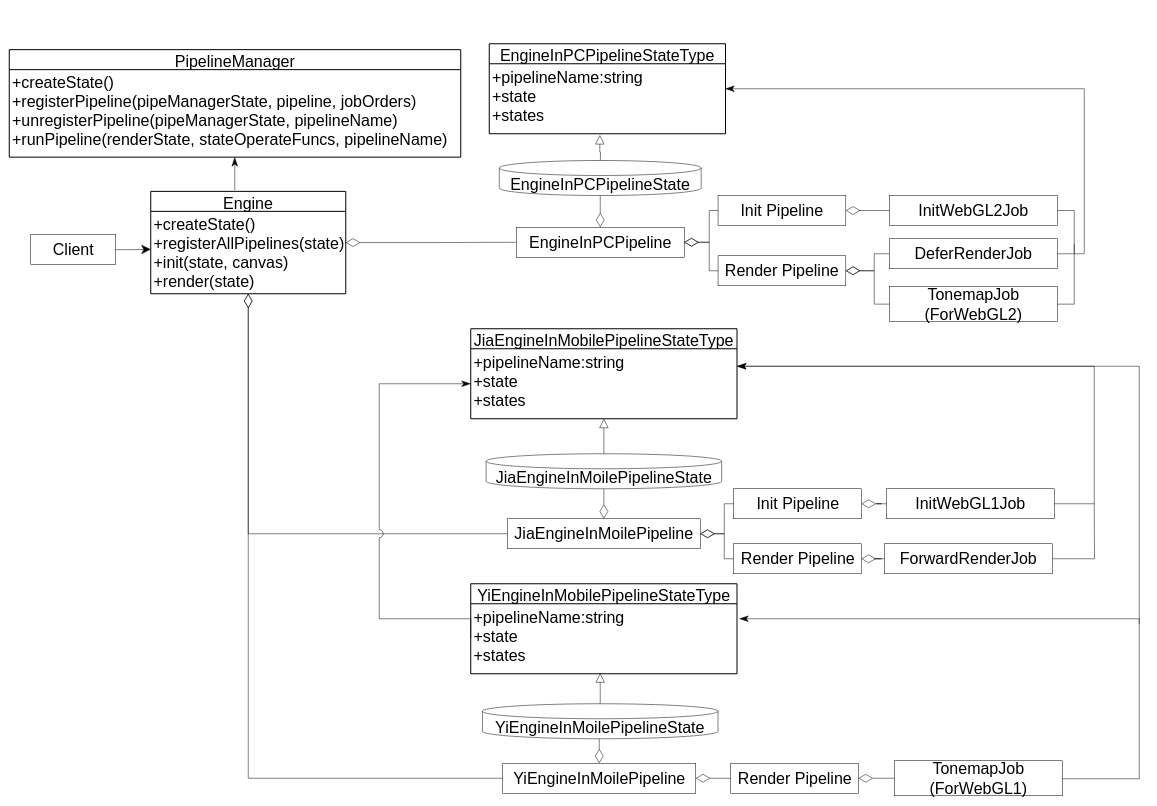
The draw.io diagram packages/管道模式/story_improve/UML.drawio in yyc-git/3DProgramPattern, before the edit. Source tidied: cells renumbered, new cells numbered last; positions are measured from the earlier drawing's top-left corner, leaving out a move shared by most shapes. Both pictures are drawn from the tidied source at 50%, with x=0, y=0 at pixel (9, 44).
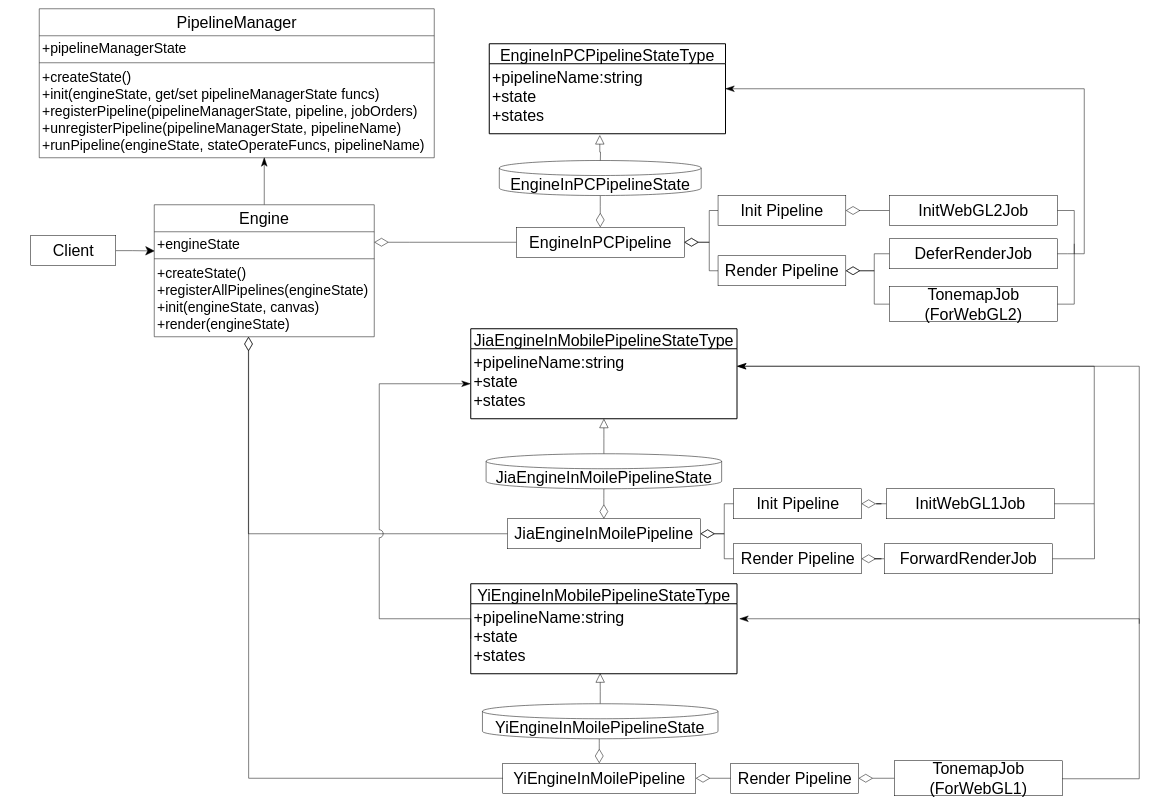
The same page after the edit.

Unchanged cells that the change refers to:
```xml
<mxCell id="14" value="EngineInPCPipeline" style="html=1;fontSize=32;" parent="1" vertex="1">
  <mxGeometry x="1014" y="367" width="336" height="60" as="geometry" />
</mxCell>
<mxCell id="28" value="JiaEngineInMoilePipeline" style="html=1;fontSize=32;" parent="1" vertex="1">
  <mxGeometry x="996.2" y="950" width="386" height="60" as="geometry" />
</mxCell>
<mxCell id="34" value="YiEngineInMoilePipeline" style="html=1;fontSize=32;" parent="1" vertex="1">
  <mxGeometry x="987" y="1439" width="386" height="60" as="geometry" />
</mxCell>
```

What changed in the source:
```diff
@@
-    <mxCell id="2" value="PipelineManager" style="swimlane;horizontal=1;startSize=40;rounded=0;fontSize=32;fontStyle=0;strokeWidth=2;shadow=0;dashed=0;align=center;" parent="1" vertex="1">
-      <mxGeometry y="11.8" width="903" height="215" as="geometry" />
-    </mxCell>
-    <mxCell id="3" value="+createState()&#10;+registerPipeline(pipeManagerState, pipeline, jobOrders)&#10;+unregisterPipeline(pipeManagerState, pipelineName)&#10;+runPipeline(renderState, stateOperateFuncs, pipelineName)" style="align=left;strokeColor=none;fillColor=none;spacingLeft=4;fontSize=32;verticalAlign=top;" parent="2" vertex="1">
-      <mxGeometry y="40" width="903" height="175" as="geometry" />
-    </mxCell>
-    <mxCell id="4" style="edgeStyle=orthogonalEdgeStyle;rounded=0;jettySize=auto;html=1;entryX=0;entryY=0.5;entryDx=0;entryDy=0;endArrow=none;endFill=0;startSize=26;endSize=26;startArrow=diamondThin;startFill=0;" parent="1" edge="1" source="5" target="14">
-      <mxGeometry relative="1" as="geometry" />
-    </mxCell>
-    <mxCell id="5" value="Engine" style="swimlane;horizontal=1;startSize=40;rounded=0;fontSize=32;fontStyle=0;strokeWidth=2;shadow=0;dashed=0;align=center;" parent="1" vertex="1">
-      <mxGeometry x="283" y="295.2" width="390" height="204.8" as="geometry" />
-    </mxCell>
-    <mxCell id="6" value="+createState()&#10;+registerAllPipelines(state)&#10;+init(state, canvas)&#10;+render(state)" style="align=left;strokeColor=none;fillColor=none;spacingLeft=4;fontSize=32;verticalAlign=top;" parent="5" vertex="1">
-      <mxGeometry y="40" width="390" height="164.8" as="geometry" />
-    </mxCell>
-    <mxCell id="7" style="edgeStyle=orthogonalEdgeStyle;rounded=0;jettySize=auto;html=1;fontSize=28;endArrow=classic;endFill=1;startSize=16;endSize=16;" parent="1" edge="1" source="8">
-      <mxGeometry relative="1" as="geometry">
-        <mxPoint x="283" y="411.2" as="targetPoint" />
-      </mxGeometry>
+    <mxCell id="7" style="edgeStyle=orthogonalEdgeStyle;rounded=0;jettySize=auto;html=1;fontSize=28;endArrow=classic;endFill=1;startSize=16;endSize=16;entryX=0.002;entryY=0.767;entryDx=0;entryDy=0;entryPerimeter=0;" parent="1" edge="1" source="8" target="63">
+      <mxGeometry relative="1" as="geometry" />
     </mxCell>
     <mxCell id="8" value="Client" style="html=1;fontSize=32;" parent="1" vertex="1">
-      <mxGeometry x="43" y="381.8" width="170" height="60" as="geometry" />
+      <mxGeometry x="43" y="383.8" width="170" height="60" as="geometry" />
     </mxCell>
@@
-    <mxCell id="37" style="edgeStyle=orthogonalEdgeStyle;rounded=0;jettySize=auto;html=1;entryX=0;entryY=0.5;entryDx=0;entryDy=0;endArrow=none;endFill=0;startSize=26;endSize=26;startArrow=diamondThin;startFill=0;jumpStyle=arc;jumpSize=26;" parent="1" edge="1" source="6" target="28">
+    <mxCell id="37" style="edgeStyle=orthogonalEdgeStyle;rounded=0;jettySize=auto;html=1;entryX=0;entryY=0.5;entryDx=0;entryDy=0;endArrow=none;endFill=0;startSize=26;endSize=26;startArrow=diamondThin;startFill=0;jumpStyle=arc;jumpSize=26;exitX=0.428;exitY=1;exitDx=0;exitDy=0;exitPerimeter=0;" parent="1" edge="1" source="65" target="28">
       <mxGeometry relative="1" as="geometry">
         <Array as="points">
           <mxPoint x="478" y="980" />
         </Array>
       </mxGeometry>
     </mxCell>
-    <mxCell id="38" style="edgeStyle=orthogonalEdgeStyle;rounded=0;jettySize=auto;html=1;entryX=0;entryY=0.5;entryDx=0;entryDy=0;endArrow=none;endFill=0;startSize=26;endSize=26;startArrow=diamondThin;startFill=0;jumpStyle=arc;jumpSize=26;exitX=0.5;exitY=1;exitDx=0;exitDy=0;" parent="1" edge="1" source="6" target="34">
+    <mxCell id="38" style="edgeStyle=orthogonalEdgeStyle;rounded=0;jettySize=auto;html=1;entryX=0;entryY=0.5;entryDx=0;entryDy=0;endArrow=none;endFill=0;startSize=26;endSize=26;startArrow=diamondThin;startFill=0;jumpStyle=none;jumpSize=26;exitX=0.429;exitY=1;exitDx=0;exitDy=0;exitPerimeter=0;" parent="1" edge="1" source="65" target="34">
       <mxGeometry relative="1" as="geometry">
         <Array as="points">
-          <mxPoint x="478" y="1469" />
+          <mxPoint x="479" y="1469" />
         </Array>
       </mxGeometry>
     </mxCell>
-    <mxCell id="39" style="edgeStyle=orthogonalEdgeStyle;rounded=0;jettySize=auto;html=1;endArrow=classicThin;endFill=1;startSize=16;endSize=16;" parent="1" edge="1" target="3">
+    <mxCell id="39" style="edgeStyle=orthogonalEdgeStyle;rounded=0;jettySize=auto;html=1;endArrow=classicThin;endFill=1;startSize=16;endSize=16;" parent="1" edge="1" source="5">
       <mxGeometry relative="1" as="geometry">
-        <mxPoint x="451" y="293" as="sourcePoint" />
+        <mxPoint x="510" y="227" as="targetPoint" />
+        <Array as="points">
+          <mxPoint x="510" y="227" />
+        </Array>
       </mxGeometry>
     </mxCell>
@@
+    <mxCell id="2" value="PipelineManager" style="swimlane;fontStyle=0;align=center;verticalAlign=top;horizontal=1;startSize=54;fontSize=32;" parent="1" vertex="1">
+      <mxGeometry x="60" y="-70" width="790" height="298" as="geometry" />
+    </mxCell>
+    <mxCell id="60" value="+pipelineManagerState" style="text;strokeColor=none;fillColor=none;align=left;verticalAlign=top;spacingLeft=4;spacingRight=4;overflow=hidden;fontSize=28;" parent="2" vertex="1">
+      <mxGeometry y="54" width="790" height="50" as="geometry" />
+    </mxCell>
+    <mxCell id="61" style="line;strokeWidth=1;fillColor=none;align=left;verticalAlign=middle;spacingTop=-1;spacingLeft=3;spacingRight=3;labelPosition=right;" parent="2" vertex="1">
+      <mxGeometry y="104" width="790" height="8" as="geometry" />
+    </mxCell>
+    <mxCell id="62" value="+createState()&#10;+init(engineState, get/set pipelineManagerState funcs)&#10;+registerPipeline(pipelineManagerState, pipeline, jobOrders)&#10;+unregisterPipeline(pipelineManagerState, pipelineName)&#10;+runPipeline(engineState, stateOperateFuncs, pipelineName)" style="text;strokeColor=none;fillColor=none;align=left;verticalAlign=top;spacingLeft=4;spacingRight=4;overflow=hidden;fontSize=28;" parent="2" vertex="1">
+      <mxGeometry y="112" width="790" height="186" as="geometry" />
+    </mxCell>
+    <mxCell id="5" value="Engine" style="swimlane;fontStyle=0;align=center;verticalAlign=top;horizontal=1;startSize=54;fontSize=32;" parent="1" vertex="1">
+      <mxGeometry x="290" y="322" width="440" height="264" as="geometry" />
+    </mxCell>
+    <mxCell id="63" value="+engineState" style="text;strokeColor=none;fillColor=none;align=left;verticalAlign=top;spacingLeft=4;spacingRight=4;overflow=hidden;points=[[0,0.5],[1,0.5]];portConstraint=eastwest;fontSize=28;" parent="5" vertex="1">
+      <mxGeometry y="54" width="440" height="50" as="geometry" />
+    </mxCell>
+    <mxCell id="64" style="line;strokeWidth=1;fillColor=none;align=left;verticalAlign=middle;spacingTop=-1;spacingLeft=3;spacingRight=3;labelPosition=right;" parent="5" vertex="1">
+      <mxGeometry y="104" width="440" height="8" as="geometry" />
+    </mxCell>
+    <mxCell id="65" value="+createState()&#10;+registerAllPipelines(engineState)&#10;+init(engineState, canvas)&#10;+render(engineState)" style="text;strokeColor=none;fillColor=none;align=left;verticalAlign=top;spacingLeft=4;spacingRight=4;overflow=hidden;points=[[0,0.5],[1,0.5]];portConstraint=eastwest;fontSize=28;" parent="5" vertex="1">
+      <mxGeometry y="112" width="440" height="152" as="geometry" />
+    </mxCell>
+    <mxCell id="66" style="edgeStyle=orthogonalEdgeStyle;rounded=0;jettySize=auto;html=1;entryX=0;entryY=0.5;entryDx=0;entryDy=0;startArrow=diamondThin;startFill=0;endArrow=none;endFill=0;endSize=26;startSize=26;" parent="1" edge="1" source="63" target="14">
+      <mxGeometry relative="1" as="geometry">
+        <Array as="points">
+          <mxPoint x="800" y="397" />
+          <mxPoint x="800" y="397" />
+        </Array>
+      </mxGeometry>
+    </mxCell>
```
